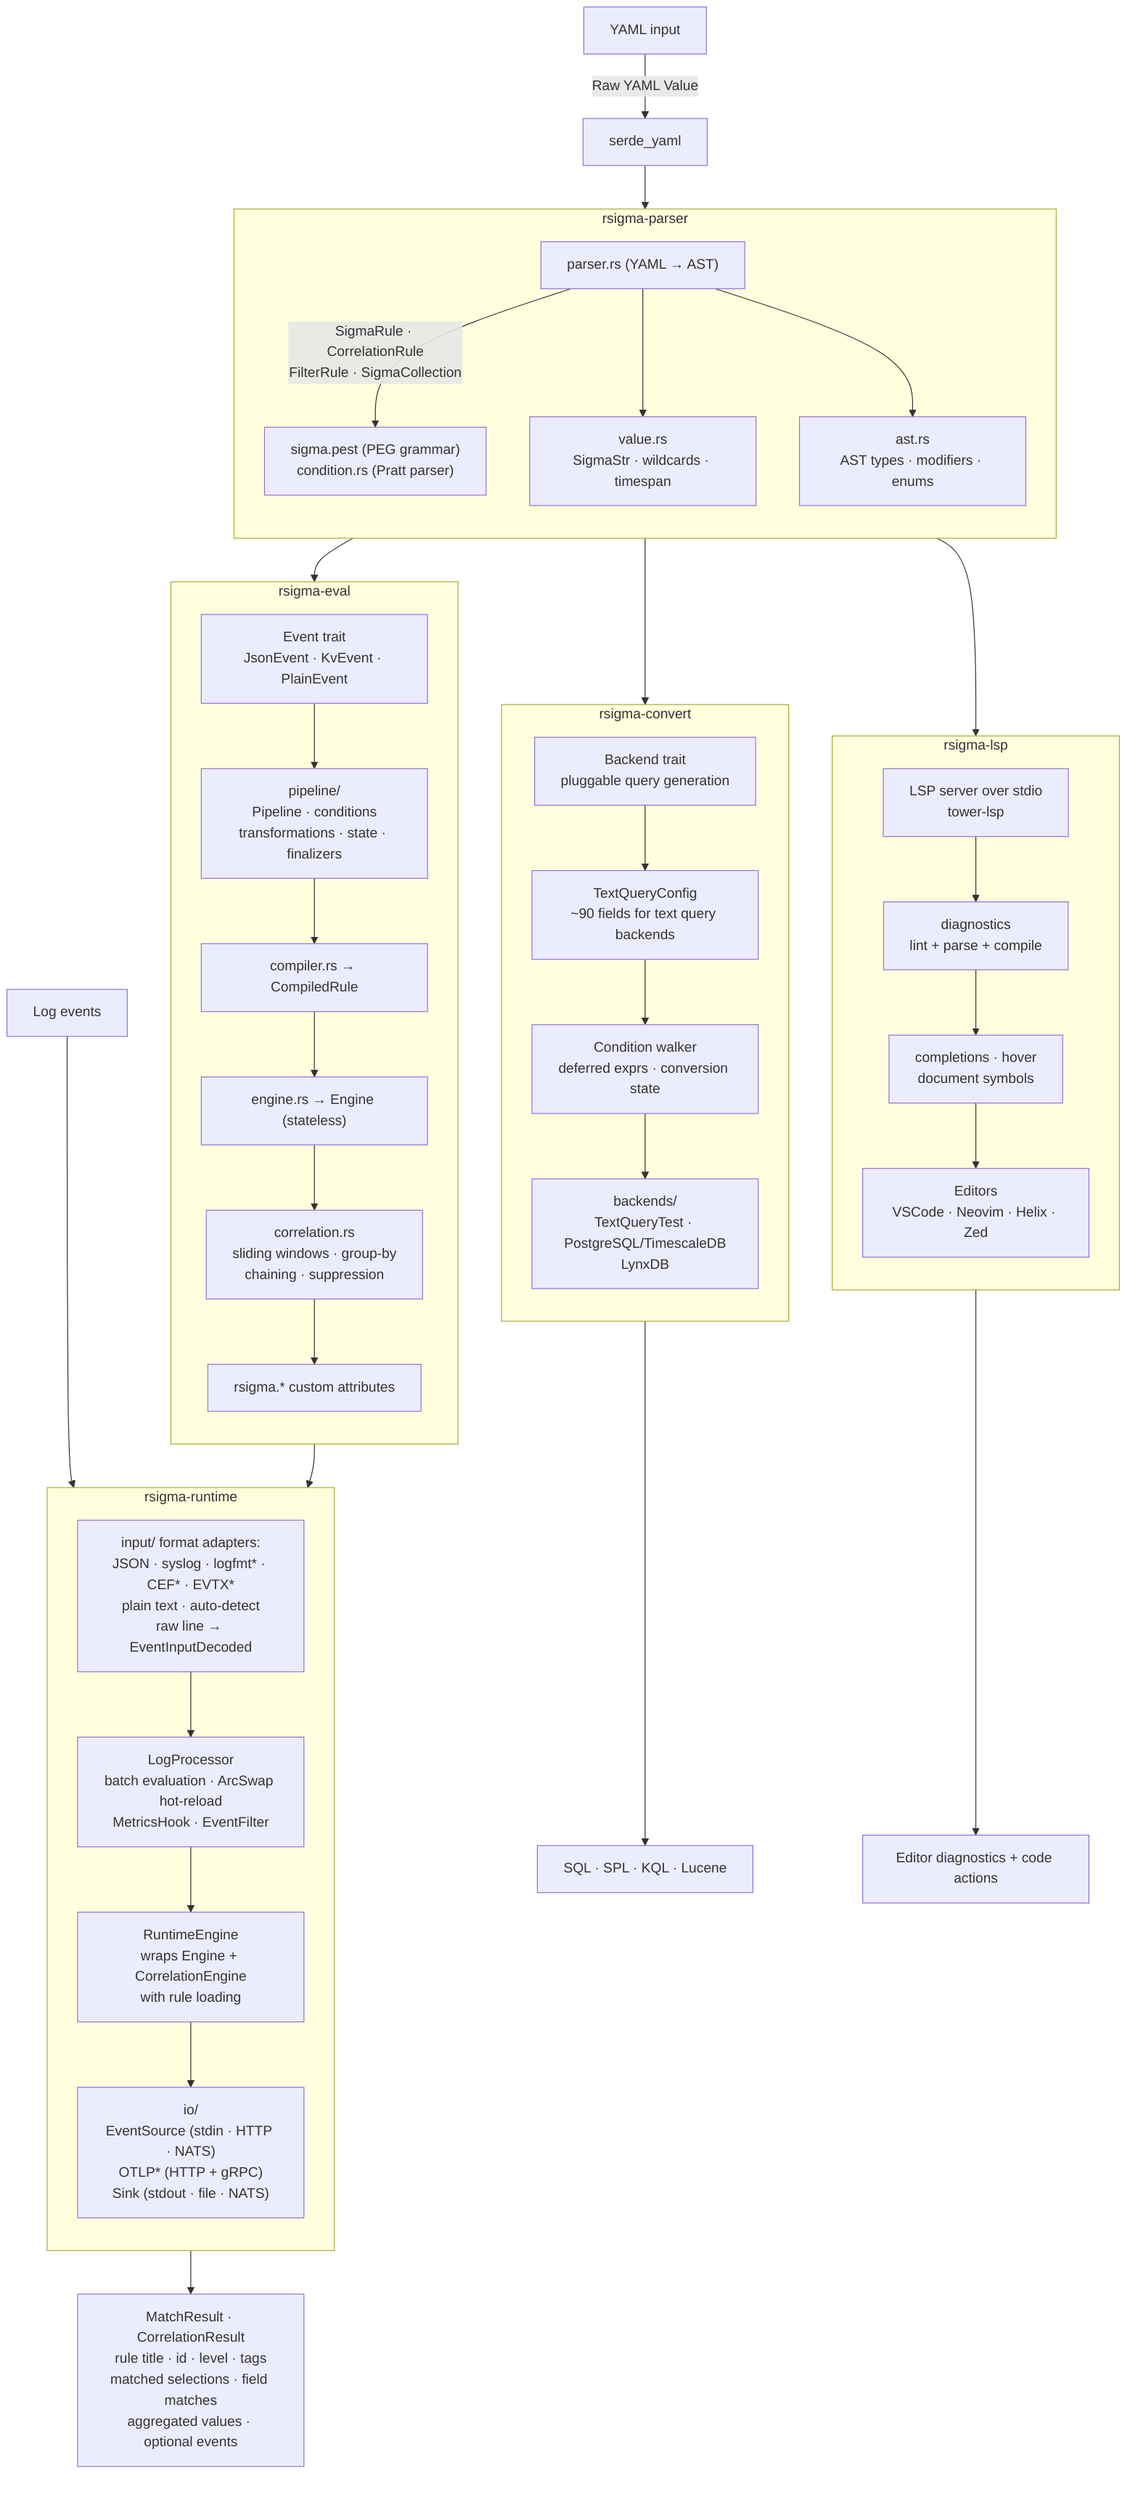
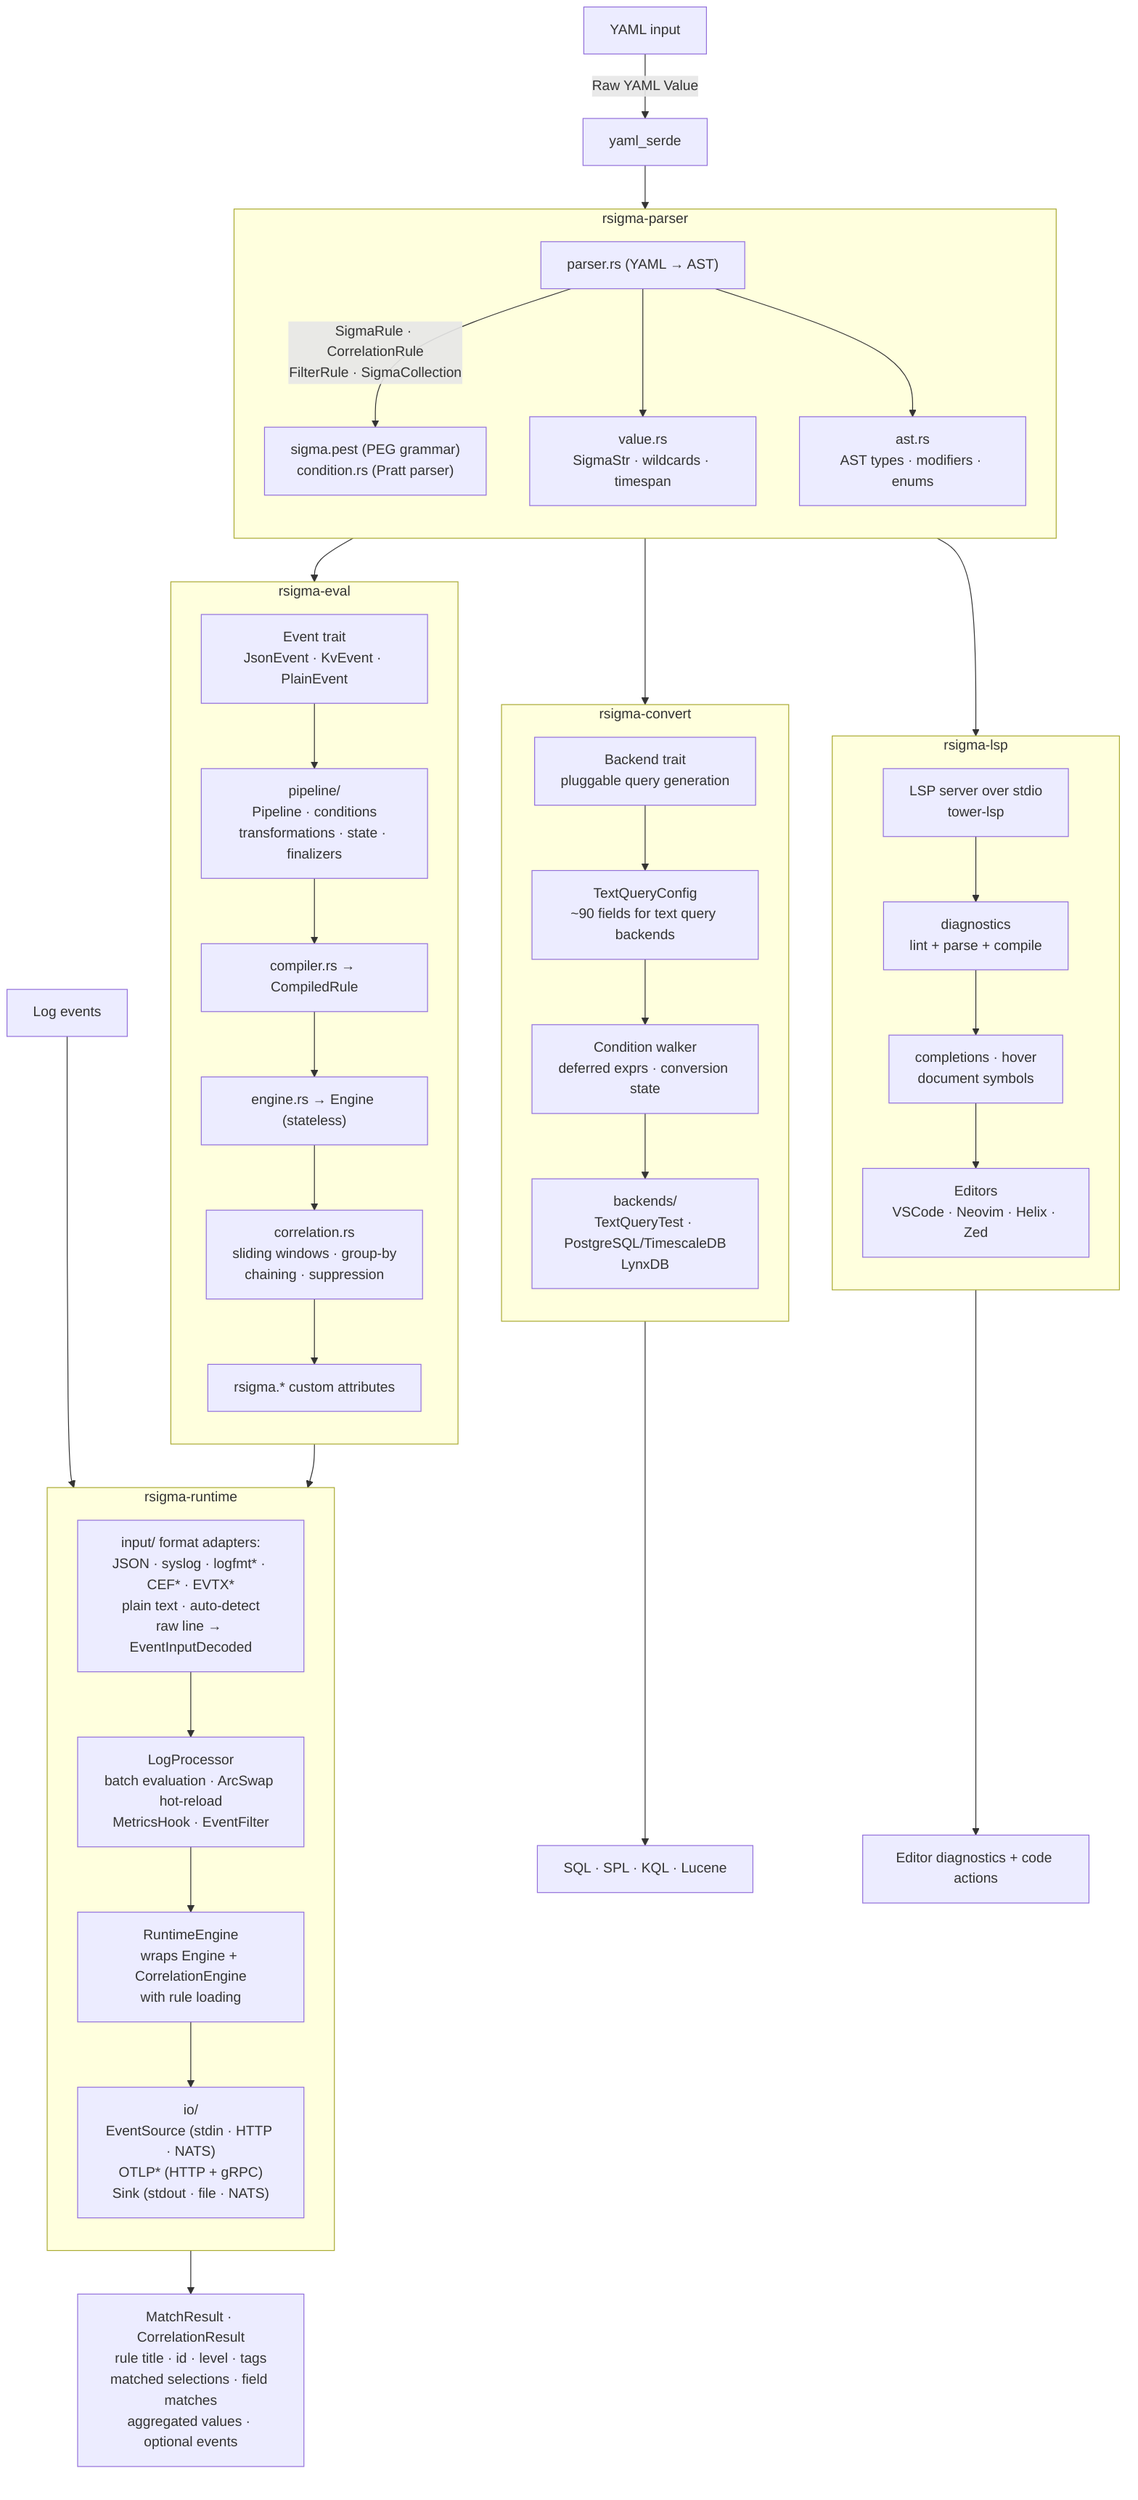
flowchart TD
    YAML["YAML input"]
-     SERDE["serde_yaml"]
+     SERDE["yaml_serde"]
    EVENTS["Log events"]
    OUTPUT["MatchResult · CorrelationResult\nrule title · id · level · tags\nmatched selections · field matches\naggregated values · optional events"]
    QUERIES["SQL · SPL · KQL · Lucene"]
    EDITOR["Editor diagnostics + code actions"]

    subgraph rsigma-parser
        direction TB
        PARSE["parser.rs (YAML → AST)"] -->|"SigmaRule · CorrelationRule\nFilterRule · SigmaCollection"| PEST["sigma.pest (PEG grammar)\ncondition.rs (Pratt parser)"]
        PARSE --> VALUE["value.rs\nSigmaStr · wildcards · timespan"]
        PARSE --> AST["ast.rs\nAST types · modifiers · enums"]
    end

    subgraph rsigma-eval
        direction TB
        ETRAIT["Event trait\nJsonEvent · KvEvent · PlainEvent"]
        ETRAIT --> EPIPE["pipeline/\nPipeline · conditions\ntransformations · state · finalizers"]
        EPIPE --> ECOMP["compiler.rs → CompiledRule"]
        ECOMP --> EENG["engine.rs → Engine (stateless)"]
        EENG --> ECORR["correlation.rs\nsliding windows · group-by\nchaining · suppression"]
        ECORR --> ECUST["rsigma.* custom attributes"]
    end

    subgraph rsigma-convert
        direction TB
        CBACK["Backend trait\npluggable query generation"]
        CBACK --> CTQC["TextQueryConfig\n~90 fields for text query backends"]
        CTQC --> CWALK["Condition walker\ndeferred exprs · conversion state"]
        CWALK --> CENDS["backends/\nTextQueryTest · PostgreSQL/TimescaleDB\nLynxDB"]
    end

    subgraph rsigma-lsp
        direction TB
        LSERV["LSP server over stdio\ntower-lsp"]
        LSERV --> LDIAG["diagnostics\nlint + parse + compile"]
        LDIAG --> LFEAT["completions · hover\ndocument symbols"]
        LFEAT --> LEDIT["Editors\nVSCode · Neovim · Helix · Zed"]
    end

    subgraph rsigma-runtime
        direction TB
        RINPUT["input/ format adapters:\nJSON · syslog · logfmt* · CEF* · EVTX*\nplain text · auto-detect\nraw line → EventInputDecoded"]
        RINPUT --> RPROC["LogProcessor\nbatch evaluation · ArcSwap hot-reload\nMetricsHook · EventFilter"]
        RPROC --> RENG["RuntimeEngine\nwraps Engine + CorrelationEngine\nwith rule loading"]
        RENG --> RIO["io/\nEventSource (stdin · HTTP · NATS)\nOTLP* (HTTP + gRPC)\nSink (stdout · file · NATS)"]
    end

    YAML -->|"Raw YAML Value"| SERDE
    SERDE --> PARSE
    PEST --> ETRAIT
    PEST --> CBACK
    PEST --> LSERV
    ECUST --> RENG
    EVENTS --> RINPUT
    RIO --> OUTPUT
    CENDS --> QUERIES
    LEDIT --> EDITOR
